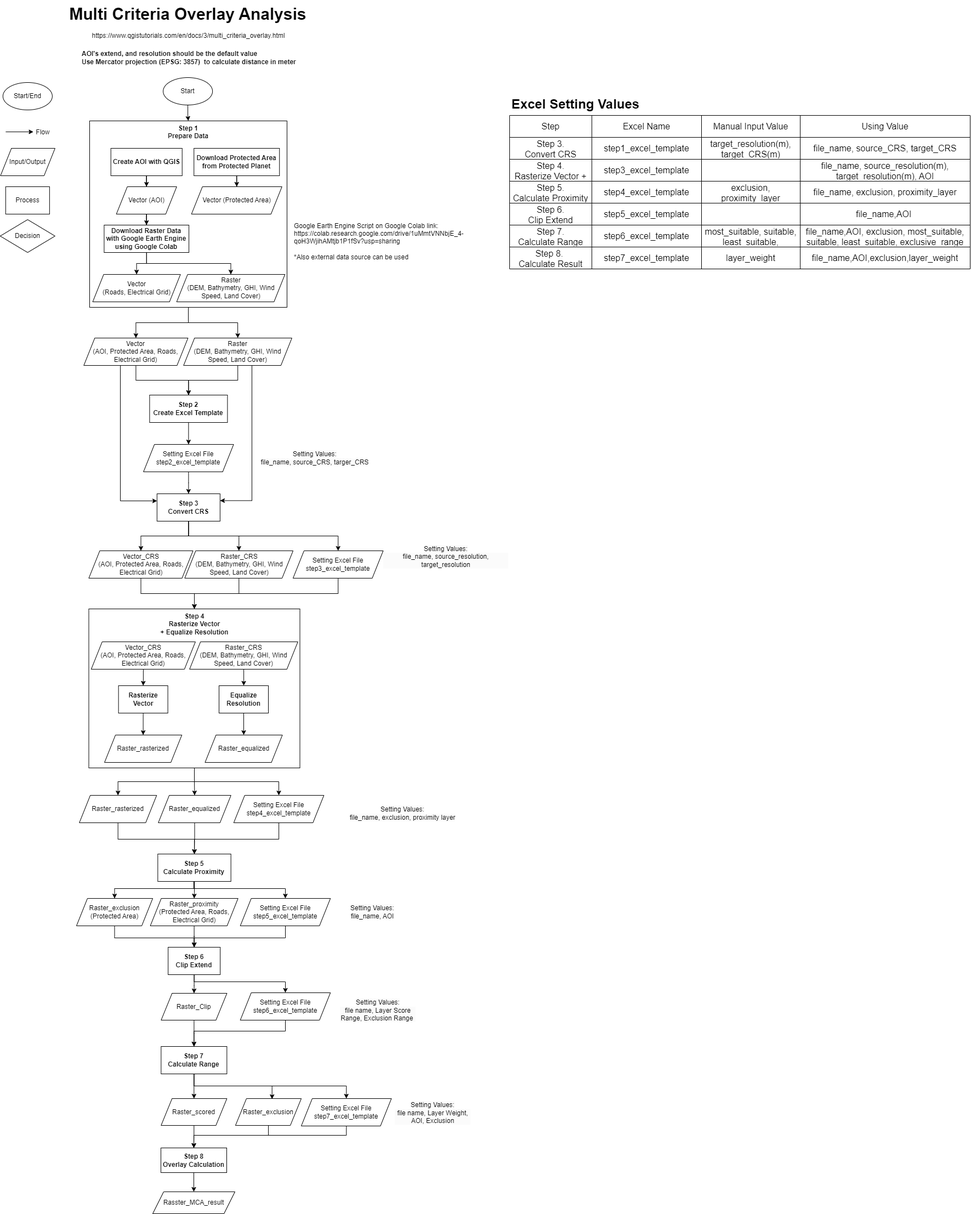
This is flowchart.png from chungkang/MCA, a draw.io export, as it was before one commit. Source tidied: cells renumbered, new cells last; positions are measured from the earlier drawing's top-left corner, leaving out a move shared by most shapes.
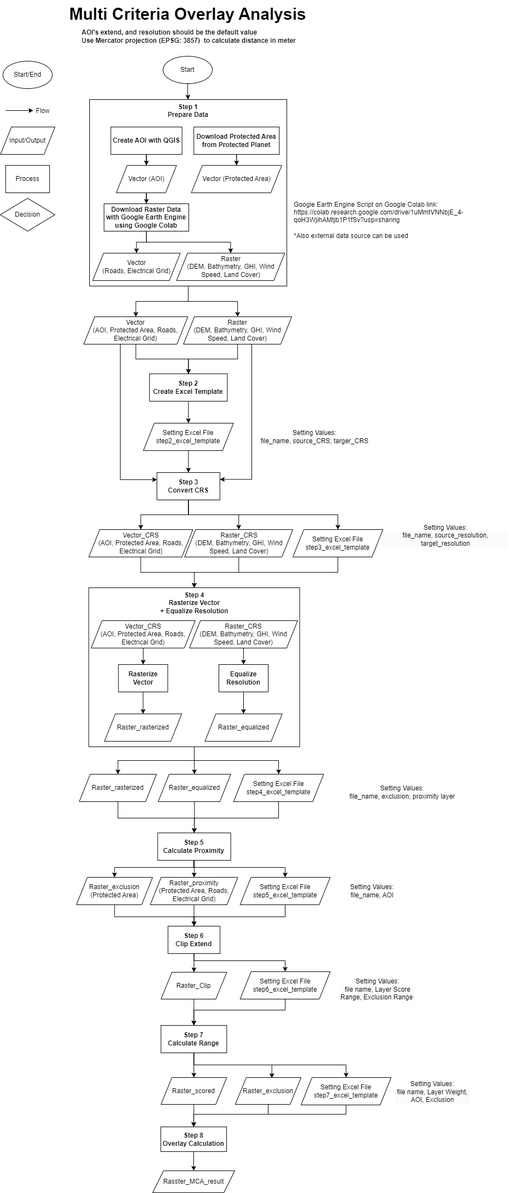
Above is the later version.

The edit, as a diff of the source:
```diff
@@ -1,4 +1,4 @@
-<mxGraphModel background="#ffffff">
+<mxGraphModel background="#FFFFFF">
   <root>
     <mxCell id="0" />
     <mxCell id="1" parent="0" />
@@ -211,11 +211,8 @@
       <mxGeometry x="165.9" y="1170" width="190" height="50" as="geometry" />
     </mxCell>
     <mxCell id="62" value="Multi Criteria Overlay Analysis" style="text;html=1;strokeColor=none;fillColor=none;align=center;verticalAlign=middle;whiteSpace=wrap;rounded=0;fontStyle=1;fontSize=30;labelBackgroundColor=none;labelBorderColor=none;" parent="1" vertex="1">
-      <mxGeometry x="108.4" width="469.2" height="50" as="geometry" />
+      <mxGeometry x="108.4" y="39" width="469.2" height="50" as="geometry" />
     </mxCell>
-    <mxCell id="63" value="https://www.qgistutorials.com/en/docs/3/multi_criteria_overlay.html" style="text;html=1;strokeColor=none;fillColor=none;align=center;verticalAlign=middle;whiteSpace=wrap;rounded=0;" parent="1" vertex="1">
-      <mxGeometry x="125.9" y="50" width="435" height="30" as="geometry" />
-    </mxCell>
     <mxCell id="64" style="edgeStyle=orthogonalEdgeStyle;rounded=0;jettySize=auto;html=1;entryX=0.5;entryY=0;entryDx=0;entryDy=0;" parent="1" edge="1" source="65" target="55">
       <mxGeometry relative="1" as="geometry" />
     </mxCell>
@@ -245,117 +242,6 @@
     <mxCell id="71" value="Start" style="ellipse;whiteSpace=wrap;html=1;rounded=0;labelBackgroundColor=none;" parent="1" vertex="1">
       <mxGeometry x="297.1" y="141" width="90" height="50" as="geometry" />
     </mxCell>
-    <mxCell id="72" style="shape=table;startSize=0;fontSize=16;" parent="1" vertex="1">
-      <mxGeometry x="929" y="210" width="840" height="280" as="geometry" />
-    </mxCell>
-    <mxCell id="73" style="shape=tableRow;horizontal=0;startSize=0;swimlaneHead=0;swimlaneBody=0;strokeColor=inherit;top=0;left=0;bottom=0;right=0;fillColor=none;fontSize=16;" parent="72" vertex="1">
-      <mxGeometry width="840" height="40" as="geometry" />
-    </mxCell>
-    <mxCell id="74" value="Step" style="shape=partialRectangle;html=1;whiteSpace=wrap;strokeColor=inherit;overflow=hidden;fillColor=none;top=0;left=0;bottom=0;right=0;fontSize=16;" parent="73" vertex="1">
-      <mxGeometry width="150" height="40" as="geometry" />
-    </mxCell>
-    <mxCell id="75" value="Excel Name" style="shape=partialRectangle;html=1;whiteSpace=wrap;strokeColor=inherit;overflow=hidden;fillColor=none;top=0;left=0;bottom=0;right=0;fontSize=16;" parent="73" vertex="1">
-      <mxGeometry x="150" width="200" height="40" as="geometry" />
-    </mxCell>
-    <mxCell id="76" value="Manual Input Value" style="shape=partialRectangle;html=1;whiteSpace=wrap;strokeColor=inherit;overflow=hidden;fillColor=none;top=0;left=0;bottom=0;right=0;fontSize=16;" parent="73" vertex="1">
-      <mxGeometry x="350" width="180" height="40" as="geometry" />
-    </mxCell>
-    <mxCell id="77" value="Using Value" style="shape=partialRectangle;html=1;whiteSpace=wrap;strokeColor=inherit;overflow=hidden;fillColor=none;top=0;left=0;bottom=0;right=0;fontSize=16;" parent="73" vertex="1">
-      <mxGeometry x="530" width="310" height="40" as="geometry" />
-    </mxCell>
-    <mxCell id="78" style="shape=tableRow;horizontal=0;startSize=0;swimlaneHead=0;swimlaneBody=0;strokeColor=inherit;top=0;left=0;bottom=0;right=0;fillColor=none;fontSize=16;" parent="72" vertex="1">
-      <mxGeometry y="40" width="840" height="40" as="geometry" />
-    </mxCell>
-    <mxCell id="79" value="Step 3.&lt;br style=&quot;border-color: var(--border-color);&quot;&gt;Convert CRS" style="shape=partialRectangle;html=1;whiteSpace=wrap;strokeColor=inherit;overflow=hidden;fillColor=none;top=0;left=0;bottom=0;right=0;fontSize=16;" parent="78" vertex="1">
-      <mxGeometry width="150" height="40" as="geometry" />
-    </mxCell>
-    <mxCell id="80" value="step1_excel_template" style="shape=partialRectangle;html=1;whiteSpace=wrap;strokeColor=inherit;overflow=hidden;fillColor=none;top=0;left=0;bottom=0;right=0;fontSize=16;" parent="78" vertex="1">
-      <mxGeometry x="150" width="200" height="40" as="geometry" />
-    </mxCell>
-    <mxCell id="81" value="target_resolution(m), target_CRS(m)" style="shape=partialRectangle;html=1;whiteSpace=wrap;strokeColor=inherit;overflow=hidden;fillColor=none;top=0;left=0;bottom=0;right=0;fontSize=16;" parent="78" vertex="1">
-      <mxGeometry x="350" width="180" height="40" as="geometry" />
-    </mxCell>
-    <mxCell id="82" value="file_name, source_CRS, target_CRS" style="shape=partialRectangle;html=1;whiteSpace=wrap;strokeColor=inherit;overflow=hidden;fillColor=none;top=0;left=0;bottom=0;right=0;fontSize=16;" parent="78" vertex="1">
-      <mxGeometry x="530" width="310" height="40" as="geometry" />
-    </mxCell>
-    <mxCell id="83" style="shape=tableRow;horizontal=0;startSize=0;swimlaneHead=0;swimlaneBody=0;strokeColor=inherit;top=0;left=0;bottom=0;right=0;fillColor=none;fontSize=16;" parent="72" vertex="1">
-      <mxGeometry y="80" width="840" height="40" as="geometry" />
-    </mxCell>
-    <mxCell id="84" value="Step 4.&lt;br style=&quot;border-color: var(--border-color);&quot;&gt;Rasterize Vector + Equalize Resolution" style="shape=partialRectangle;html=1;whiteSpace=wrap;strokeColor=inherit;overflow=hidden;fillColor=none;top=0;left=0;bottom=0;right=0;fontSize=16;" parent="83" vertex="1">
-      <mxGeometry width="150" height="40" as="geometry" />
-    </mxCell>
-    <mxCell id="85" value="step3_excel_template" style="shape=partialRectangle;html=1;whiteSpace=wrap;strokeColor=inherit;overflow=hidden;fillColor=none;top=0;left=0;bottom=0;right=0;fontSize=16;" parent="83" vertex="1">
-      <mxGeometry x="150" width="200" height="40" as="geometry" />
-    </mxCell>
-    <mxCell id="86" style="shape=partialRectangle;html=1;whiteSpace=wrap;strokeColor=inherit;overflow=hidden;fillColor=none;top=0;left=0;bottom=0;right=0;fontSize=16;" parent="83" vertex="1">
-      <mxGeometry x="350" width="180" height="40" as="geometry" />
-    </mxCell>
-    <mxCell id="87" value="file_name, source_resolution(m), target_resolution(m), AOI" style="shape=partialRectangle;html=1;whiteSpace=wrap;strokeColor=inherit;overflow=hidden;fillColor=none;top=0;left=0;bottom=0;right=0;fontSize=16;" parent="83" vertex="1">
-      <mxGeometry x="530" width="310" height="40" as="geometry" />
-    </mxCell>
-    <mxCell id="88" style="shape=tableRow;horizontal=0;startSize=0;swimlaneHead=0;swimlaneBody=0;strokeColor=inherit;top=0;left=0;bottom=0;right=0;fillColor=none;fontSize=16;" parent="72" vertex="1">
-      <mxGeometry y="120" width="840" height="40" as="geometry" />
-    </mxCell>
-    <mxCell id="89" value="Step 5.&lt;br style=&quot;border-color: var(--border-color);&quot;&gt;Calculate Proximity" style="shape=partialRectangle;html=1;whiteSpace=wrap;strokeColor=inherit;overflow=hidden;fillColor=none;top=0;left=0;bottom=0;right=0;fontSize=16;" parent="88" vertex="1">
-      <mxGeometry width="150" height="40" as="geometry" />
-    </mxCell>
-    <mxCell id="90" value="step4_excel_template" style="shape=partialRectangle;html=1;whiteSpace=wrap;strokeColor=inherit;overflow=hidden;fillColor=none;top=0;left=0;bottom=0;right=0;fontSize=16;" parent="88" vertex="1">
-      <mxGeometry x="150" width="200" height="40" as="geometry" />
-    </mxCell>
-    <mxCell id="91" value="exclusion, proximity_layer" style="shape=partialRectangle;html=1;whiteSpace=wrap;strokeColor=inherit;overflow=hidden;fillColor=none;top=0;left=0;bottom=0;right=0;fontSize=16;" parent="88" vertex="1">
-      <mxGeometry x="350" width="180" height="40" as="geometry" />
-    </mxCell>
-    <mxCell id="92" value="file_name, exclusion, proximity_layer" style="shape=partialRectangle;html=1;whiteSpace=wrap;strokeColor=inherit;overflow=hidden;fillColor=none;top=0;left=0;bottom=0;right=0;fontSize=16;" parent="88" vertex="1">
-      <mxGeometry x="530" width="310" height="40" as="geometry" />
-    </mxCell>
-    <mxCell id="93" style="shape=tableRow;horizontal=0;startSize=0;swimlaneHead=0;swimlaneBody=0;strokeColor=inherit;top=0;left=0;bottom=0;right=0;fillColor=none;fontSize=16;" parent="72" vertex="1">
-      <mxGeometry y="160" width="840" height="40" as="geometry" />
-    </mxCell>
-    <mxCell id="94" value="Step 6.&lt;br style=&quot;border-color: var(--border-color);&quot;&gt;Clip Extend" style="shape=partialRectangle;html=1;whiteSpace=wrap;strokeColor=inherit;overflow=hidden;fillColor=none;top=0;left=0;bottom=0;right=0;fontSize=16;" parent="93" vertex="1">
-      <mxGeometry width="150" height="40" as="geometry" />
-    </mxCell>
-    <mxCell id="95" value="step5_excel_template" style="shape=partialRectangle;html=1;whiteSpace=wrap;strokeColor=inherit;overflow=hidden;fillColor=none;top=0;left=0;bottom=0;right=0;fontSize=16;" parent="93" vertex="1">
-      <mxGeometry x="150" width="200" height="40" as="geometry" />
-    </mxCell>
-    <mxCell id="96" style="shape=partialRectangle;html=1;whiteSpace=wrap;strokeColor=inherit;overflow=hidden;fillColor=none;top=0;left=0;bottom=0;right=0;fontSize=16;" parent="93" vertex="1">
-      <mxGeometry x="350" width="180" height="40" as="geometry" />
-    </mxCell>
-    <mxCell id="97" value="file_name,AOI&amp;nbsp;" style="shape=partialRectangle;html=1;whiteSpace=wrap;strokeColor=inherit;overflow=hidden;fillColor=none;top=0;left=0;bottom=0;right=0;fontSize=16;" parent="93" vertex="1">
-      <mxGeometry x="530" width="310" height="40" as="geometry" />
-    </mxCell>
-    <mxCell id="98" style="shape=tableRow;horizontal=0;startSize=0;swimlaneHead=0;swimlaneBody=0;strokeColor=inherit;top=0;left=0;bottom=0;right=0;fillColor=none;fontSize=16;" parent="72" vertex="1">
-      <mxGeometry y="200" width="840" height="40" as="geometry" />
-    </mxCell>
-    <mxCell id="99" value="Step 7.&lt;br style=&quot;border-color: var(--border-color);&quot;&gt;Calculate Range" style="shape=partialRectangle;html=1;whiteSpace=wrap;strokeColor=inherit;overflow=hidden;fillColor=none;top=0;left=0;bottom=0;right=0;fontSize=16;" parent="98" vertex="1">
-      <mxGeometry width="150" height="40" as="geometry" />
-    </mxCell>
-    <mxCell id="100" value="step6_excel_template" style="shape=partialRectangle;html=1;whiteSpace=wrap;strokeColor=inherit;overflow=hidden;fillColor=none;top=0;left=0;bottom=0;right=0;fontSize=16;" parent="98" vertex="1">
-      <mxGeometry x="150" width="200" height="40" as="geometry" />
-    </mxCell>
-    <mxCell id="101" value="most_suitable, suitable, least_suitable, exclusive_range, layer_weight" style="shape=partialRectangle;html=1;whiteSpace=wrap;strokeColor=inherit;overflow=hidden;fillColor=none;top=0;left=0;bottom=0;right=0;fontSize=16;" parent="98" vertex="1">
-      <mxGeometry x="350" width="180" height="40" as="geometry" />
-    </mxCell>
-    <mxCell id="102" value="file_name,AOI, exclusion,&amp;nbsp;most_suitable, suitable, least_suitable, exclusive_range" style="shape=partialRectangle;html=1;whiteSpace=wrap;strokeColor=inherit;overflow=hidden;fillColor=none;top=0;left=0;bottom=0;right=0;fontSize=16;" parent="98" vertex="1">
-      <mxGeometry x="530" width="310" height="40" as="geometry" />
-    </mxCell>
-    <mxCell id="103" style="shape=tableRow;horizontal=0;startSize=0;swimlaneHead=0;swimlaneBody=0;strokeColor=inherit;top=0;left=0;bottom=0;right=0;fillColor=none;fontSize=16;" parent="72" vertex="1">
-      <mxGeometry y="240" width="840" height="40" as="geometry" />
-    </mxCell>
-    <mxCell id="104" value="Step 8.&amp;nbsp;&lt;br style=&quot;border-color: var(--border-color);&quot;&gt;Calculate Result" style="shape=partialRectangle;html=1;whiteSpace=wrap;strokeColor=inherit;overflow=hidden;fillColor=none;top=0;left=0;bottom=0;right=0;fontSize=16;" parent="103" vertex="1">
-      <mxGeometry width="150" height="40" as="geometry" />
-    </mxCell>
-    <mxCell id="105" value="step7_excel_template" style="shape=partialRectangle;html=1;whiteSpace=wrap;strokeColor=inherit;overflow=hidden;fillColor=none;top=0;left=0;bottom=0;right=0;fontSize=16;" parent="103" vertex="1">
-      <mxGeometry x="150" width="200" height="40" as="geometry" />
-    </mxCell>
-    <mxCell id="106" value="layer_weight" style="shape=partialRectangle;html=1;whiteSpace=wrap;strokeColor=inherit;overflow=hidden;fillColor=none;top=0;left=0;bottom=0;right=0;fontSize=16;" parent="103" vertex="1">
-      <mxGeometry x="350" width="180" height="40" as="geometry" />
-    </mxCell>
-    <mxCell id="107" value="file_name,AOI,exclusion,layer_weight" style="shape=partialRectangle;html=1;whiteSpace=wrap;strokeColor=inherit;overflow=hidden;fillColor=none;top=0;left=0;bottom=0;right=0;fontSize=16;" parent="103" vertex="1">
-      <mxGeometry x="530" width="310" height="40" as="geometry" />
-    </mxCell>
-    <mxCell id="108" value="Excel Setting Values" style="text;strokeColor=none;fillColor=none;html=1;fontSize=24;fontStyle=1;verticalAlign=middle;align=center;" parent="1" vertex="1">
-      <mxGeometry x="929" y="170" width="240" height="40" as="geometry" />
-    </mxCell>
     <mxCell id="109" style="edgeStyle=orthogonalEdgeStyle;rounded=0;jettySize=auto;html=1;entryX=0.5;entryY=0;entryDx=0;entryDy=0;" parent="1" edge="1" source="59" target="19">
       <mxGeometry relative="1" as="geometry" />
     </mxCell>
```
